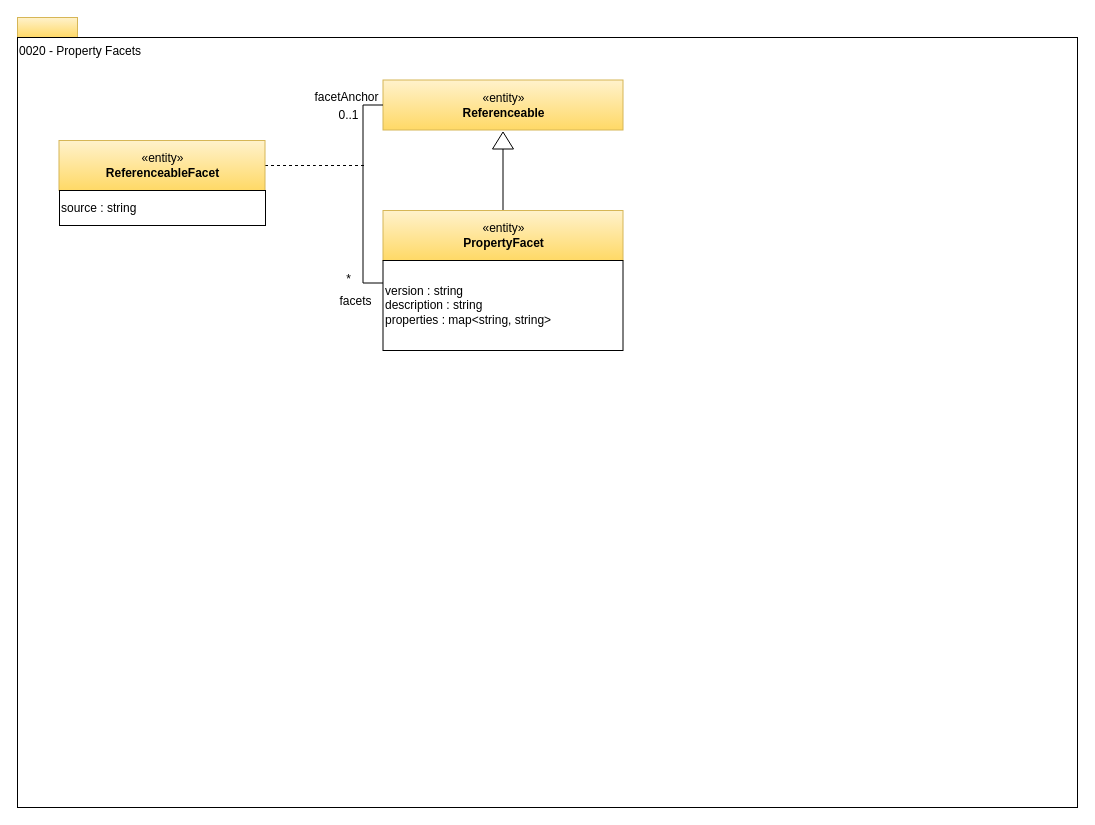
Before: page "0020-Property-Facets" (8 of 20) of open-metadata-publication/website/open-metadata-types/area-0-basic-types-and-infrastructure.drawio in odpi/egeria, a draw.io diagram. Source tidied: cells renumbered, new cells numbered last; positions are measured from the earlier drawing's top-left corner, leaving out a move shared by most shapes. Both pictures are drawn from the tidied source at 100%, with x=0, y=0 at pixel (17, 17).
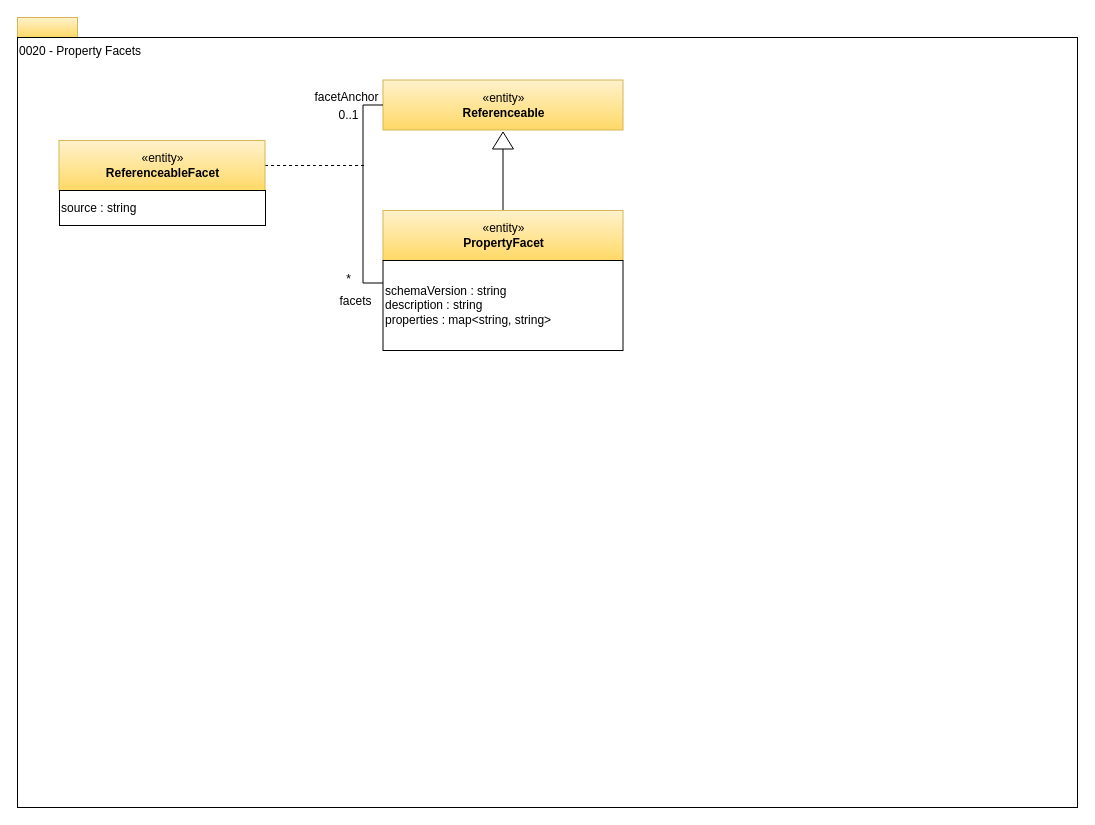
After the change.

What changed in the source:
```diff
@@
 <mxGraphModel>
   <root>
     <mxCell id="0" />
     <mxCell id="1" parent="0" />
     <mxCell id="2" style="rounded=0;whiteSpace=wrap;html=1;align=left;fillColor=#fff2cc;strokeColor=#d6b656;gradientColor=#ffd966;" parent="1" vertex="1">
       <mxGeometry width="60" height="20" as="geometry" />
     </mxCell>
     <mxCell id="3" value="0020 - Property Facets" style="rounded=0;whiteSpace=wrap;html=1;align=left;verticalAlign=top;" parent="1" vertex="1">
       <mxGeometry y="20" width="1060" height="770" as="geometry" />
     </mxCell>
     <mxCell id="4" value="«entity»&lt;br&gt;&lt;b&gt;Referenceable&lt;/b&gt;" style="html=1;strokeColor=#d6b656;align=center;fillColor=#fff2cc;gradientColor=#ffd966;" parent="1" vertex="1">
       <mxGeometry x="365.5" y="62.5" width="240" height="50" as="geometry" />
     </mxCell>
     <mxCell id="5" style="edgeStyle=orthogonalEdgeStyle;rounded=0;html=1;exitX=1;exitY=0.5;dashed=1;endArrow=none;endFill=0;jettySize=auto;" parent="1" edge="1" source="6">
       <mxGeometry relative="1" as="geometry">
         <mxPoint x="348" y="148" as="targetPoint" />
       </mxGeometry>
     </mxCell>
     <mxCell id="6" value="«entity»&lt;br&gt;&lt;b&gt;ReferenceableFacet&lt;/b&gt;" style="html=1;strokeColor=#d6b656;align=center;fillColor=#fff2cc;gradientColor=#ffd966;" parent="1" vertex="1">
       <mxGeometry x="41.5" y="123" width="206" height="50" as="geometry" />
     </mxCell>
     <mxCell id="7" value="source : string&lt;br&gt;" style="rounded=0;whiteSpace=wrap;html=1;strokeColor=#000000;gradientColor=#ffffff;align=left;" parent="1" vertex="1">
       <mxGeometry x="42" y="173" width="206" height="35" as="geometry" />
     </mxCell>
     <mxCell id="8" style="edgeStyle=orthogonalEdgeStyle;rounded=0;html=1;exitX=0;exitY=0.5;entryX=0.5;entryY=0;jettySize=auto;endArrow=none;endFill=0;" parent="1" edge="1" source="9" target="10">
       <mxGeometry relative="1" as="geometry" />
     </mxCell>
     <mxCell id="9" style="triangle;whiteSpace=wrap;html=1;strokeColor=#000000;gradientColor=#ffffff;align=center;rotation=-90;" parent="1" vertex="1">
       <mxGeometry x="477" y="112.5" width="17" height="21" as="geometry" />
     </mxCell>
     <mxCell id="10" value="«entity»&lt;br&gt;&lt;b&gt;PropertyFacet&lt;/b&gt;" style="html=1;strokeColor=#d6b656;align=center;fillColor=#fff2cc;gradientColor=#ffd966;" parent="1" vertex="1">
       <mxGeometry x="365.5" y="193" width="240" height="50" as="geometry" />
     </mxCell>
     <mxCell id="11" style="edgeStyle=orthogonalEdgeStyle;rounded=0;html=1;exitX=0;exitY=0.25;entryX=0;entryY=0.5;endArrow=none;endFill=0;jettySize=auto;" parent="1" edge="1" source="12" target="4">
       <mxGeometry relative="1" as="geometry" />
     </mxCell>
-    <mxCell id="12" value="version : string&lt;br&gt;description : string&lt;br&gt;properties : map&amp;lt;string, string&amp;gt;&lt;br&gt;&lt;div style=&quot;text-align: left&quot;&gt;&lt;/div&gt;" style="rounded=0;whiteSpace=wrap;html=1;strokeColor=#000000;gradientColor=#ffffff;align=left;" parent="1" vertex="1">
+    <mxCell id="12" value="schemaVersion : string&lt;br&gt;description : string&lt;br&gt;properties : map&amp;lt;string, string&amp;gt;&lt;br&gt;&lt;div style=&quot;text-align: left&quot;&gt;&lt;/div&gt;" style="rounded=0;whiteSpace=wrap;html=1;strokeColor=#000000;gradientColor=#ffffff;align=left;" parent="1" vertex="1">
       <mxGeometry x="365.5" y="243" width="240" height="90" as="geometry" />
     </mxCell>
     <mxCell id="13" value="facetAnchor" style="text;html=1;align=center;verticalAlign=top;spacingTop=-4;" parent="1" vertex="1">
       <mxGeometry x="291.5" y="69.5" width="74" height="14" as="geometry" />
     </mxCell>
     <mxCell id="14" value="0..1" style="text;html=1;align=center;verticalAlign=top;spacingTop=-4;" parent="1" vertex="1">
       <mxGeometry x="315.5" y="87.5" width="30" height="14" as="geometry" />
     </mxCell>
     <mxCell id="15" value="*" style="text;html=1;align=center;verticalAlign=top;spacingTop=-4;" parent="1" vertex="1">
       <mxGeometry x="323" y="251.5" width="15" height="14" as="geometry" />
     </mxCell>
     <mxCell id="16" value="facets" style="text;html=1;align=center;verticalAlign=top;spacingTop=-4;" parent="1" vertex="1">
       <mxGeometry x="317" y="274" width="42" height="14" as="geometry" />
     </mxCell>
   </root>
 </mxGraphModel>
```
